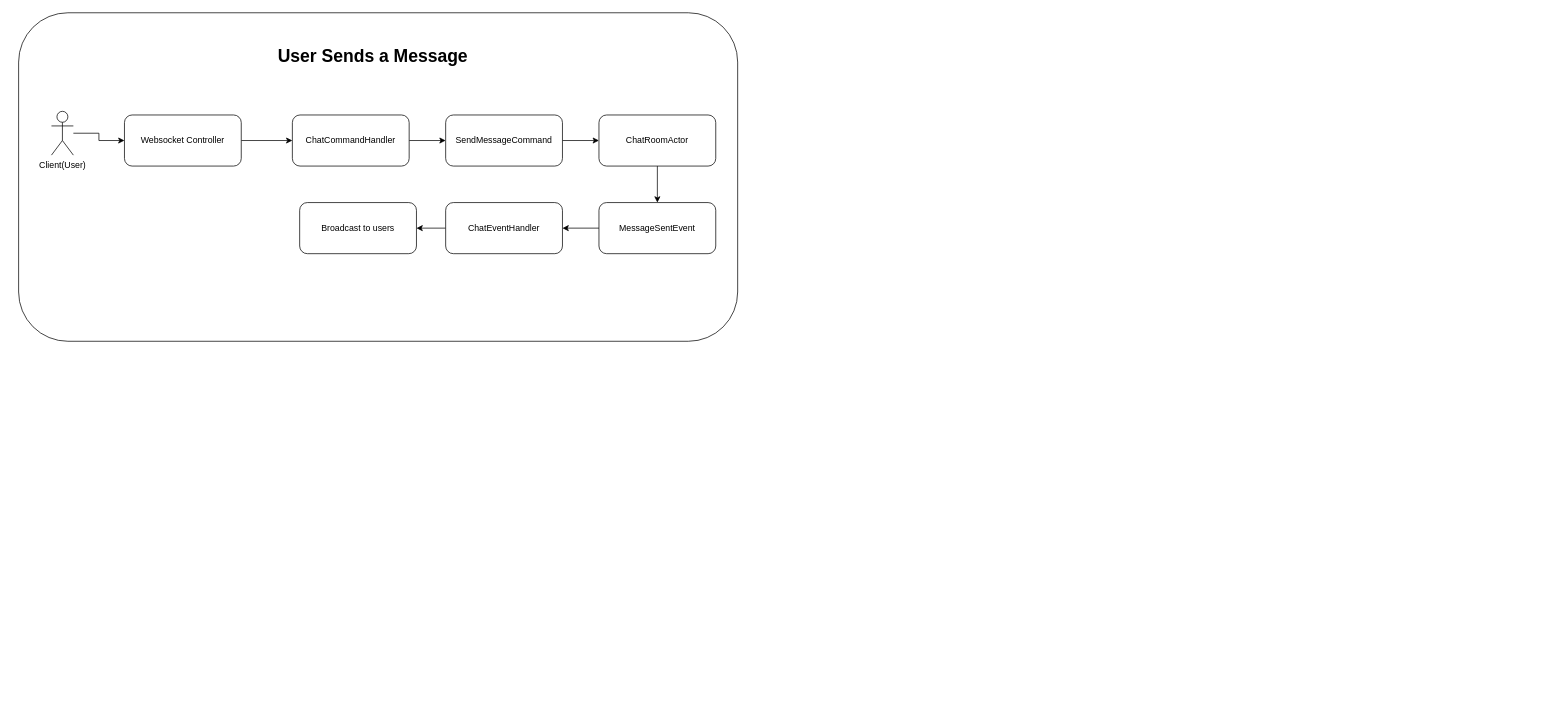
Above: api/Event Flow.drawio in ReidoBoss/Scala-React-Chat-App (draw.io), before the change. Source tidied: cells renumbered, new cells numbered last; positions are measured from the earlier drawing's top-left corner, leaving out a move shared by most shapes. Both pictures are drawn from the tidied source at 73%, with x=0, y=0 at pixel (18, 12).
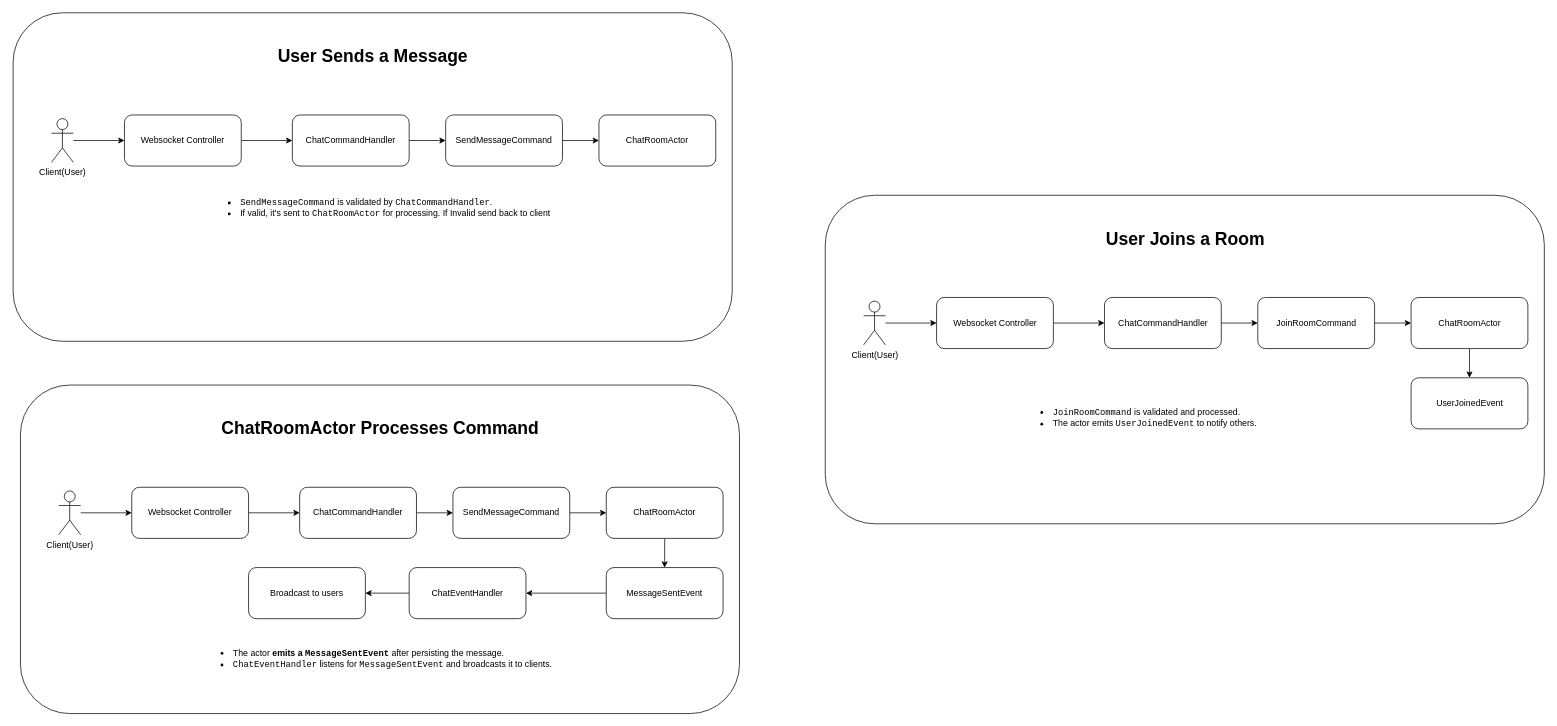
The same diagram, later.

The change refers to these unchanged cells:
```xml
<mxCell id="12" value="ChatRoomActor" style="rounded=1;whiteSpace=wrap;html=1;" parent="1" vertex="1">
  <mxGeometry x="795" y="140" width="160" height="70" as="geometry" />
</mxCell>
```

The edit, as a diff of the source:
```diff
@@
     <mxCell id="2" style="rounded=1;whiteSpace=wrap;html=1;" parent="1" vertex="1">
-      <mxGeometry width="985" height="450" as="geometry" />
+      <mxGeometry x="-7.5" width="985" height="450" as="geometry" />
     </mxCell>
@@
     <mxCell id="4" value="Client(User)" style="shape=umlActor;verticalLabelPosition=bottom;verticalAlign=top;html=1;outlineConnect=0;" parent="1" vertex="1">
-      <mxGeometry x="45" y="135" width="30" height="60" as="geometry" />
+      <mxGeometry x="45" y="145" width="30" height="60" as="geometry" />
     </mxCell>
@@
-    <mxCell id="11" style="edgeStyle=orthogonalEdgeStyle;rounded=0;jettySize=auto;html=1;entryX=0.5;entryY=0;entryDx=0;entryDy=0;" parent="1" edge="1" source="12" target="15">
-      <mxGeometry relative="1" as="geometry" />
-    </mxCell>
@@
+    <mxCell id="19" value="&lt;li&gt;&lt;code&gt;SendMessageCommand&lt;/code&gt; is validated by &lt;code&gt;ChatCommandHandler&lt;/code&gt;.&lt;/li&gt;&lt;li&gt;If valid, it's sent to &lt;code&gt;ChatRoomActor&lt;/code&gt; for processing. If Invalid send back to client&lt;/li&gt;&lt;br&gt;&lt;li&gt;&lt;/li&gt;" style="text;html=1;strokeColor=none;fillColor=none;align=left;verticalAlign=middle;whiteSpace=wrap;overflow=hidden;" parent="1" vertex="1">
+      <mxGeometry x="285" y="250" width="480" height="50" as="geometry" />
+    </mxCell>
+    <mxCell id="20" style="rounded=1;whiteSpace=wrap;html=1;" parent="1" vertex="1">
+      <mxGeometry x="2.5" y="510" width="985" height="450" as="geometry" />
+    </mxCell>
+    <mxCell id="21" style="edgeStyle=orthogonalEdgeStyle;rounded=0;jettySize=auto;html=1;" parent="1" edge="1" source="22" target="24">
+      <mxGeometry relative="1" as="geometry" />
+    </mxCell>
+    <mxCell id="22" value="Client(User)" style="shape=umlActor;verticalLabelPosition=bottom;verticalAlign=top;html=1;outlineConnect=0;" parent="1" vertex="1">
+      <mxGeometry x="55" y="655" width="30" height="60" as="geometry" />
+    </mxCell>
+    <mxCell id="23" style="edgeStyle=orthogonalEdgeStyle;rounded=0;jettySize=auto;html=1;entryX=0;entryY=0.5;entryDx=0;entryDy=0;" parent="1" edge="1" source="24" target="26">
+      <mxGeometry relative="1" as="geometry" />
+    </mxCell>
+    <mxCell id="24" value="Websocket Controller" style="rounded=1;whiteSpace=wrap;html=1;" parent="1" vertex="1">
+      <mxGeometry x="155" y="650" width="160" height="70" as="geometry" />
+    </mxCell>
+    <mxCell id="25" style="edgeStyle=orthogonalEdgeStyle;rounded=0;jettySize=auto;html=1;entryX=0;entryY=0.5;entryDx=0;entryDy=0;" parent="1" edge="1" source="26" target="28">
+      <mxGeometry relative="1" as="geometry" />
+    </mxCell>
+    <mxCell id="26" value="ChatCommandHandler" style="rounded=1;whiteSpace=wrap;html=1;" parent="1" vertex="1">
+      <mxGeometry x="385" y="650" width="160" height="70" as="geometry" />
+    </mxCell>
+    <mxCell id="27" style="edgeStyle=orthogonalEdgeStyle;rounded=0;jettySize=auto;html=1;entryX=0;entryY=0.5;entryDx=0;entryDy=0;" parent="1" edge="1" source="28" target="30">
+      <mxGeometry relative="1" as="geometry" />
+    </mxCell>
+    <mxCell id="28" value="SendMessageCommand" style="rounded=1;whiteSpace=wrap;html=1;" parent="1" vertex="1">
+      <mxGeometry x="595" y="650" width="160" height="70" as="geometry" />
+    </mxCell>
+    <mxCell id="29" style="edgeStyle=orthogonalEdgeStyle;rounded=0;jettySize=auto;html=1;" parent="1" edge="1" source="30" target="15">
+      <mxGeometry relative="1" as="geometry" />
+    </mxCell>
+    <mxCell id="30" value="ChatRoomActor" style="rounded=1;whiteSpace=wrap;html=1;" parent="1" vertex="1">
+      <mxGeometry x="805" y="650" width="160" height="70" as="geometry" />
+    </mxCell>
+    <mxCell id="31" value="ChatRoomActor Processes Command" style="text;strokeColor=none;fillColor=none;html=1;fontSize=24;fontStyle=1;verticalAlign=middle;align=center;" parent="1" vertex="1">
+      <mxGeometry x="445" y="550" width="100" height="40" as="geometry" />
+    </mxCell>
@@
     <mxCell id="15" value="MessageSentEvent" style="rounded=1;whiteSpace=wrap;html=1;" parent="1" vertex="1">
-      <mxGeometry x="795" y="260" width="160" height="70" as="geometry" />
+      <mxGeometry x="805" y="760" width="160" height="70" as="geometry" />
     </mxCell>
@@
     <mxCell id="17" value="ChatEventHandler" style="rounded=1;whiteSpace=wrap;html=1;" parent="1" vertex="1">
-      <mxGeometry x="585" y="260" width="160" height="70" as="geometry" />
+      <mxGeometry x="535" y="760" width="160" height="70" as="geometry" />
     </mxCell>
     <mxCell id="18" value="Broadcast to users" style="rounded=1;whiteSpace=wrap;html=1;" parent="1" vertex="1">
-      <mxGeometry x="385" y="260" width="160" height="70" as="geometry" />
+      <mxGeometry x="315" y="760" width="160" height="70" as="geometry" />
     </mxCell>
+    <mxCell id="32" value="&lt;li&gt;The actor &lt;strong&gt;emits a &lt;code&gt;MessageSentEvent&lt;/code&gt;&lt;/strong&gt; after persisting the message.&lt;/li&gt;&lt;li&gt;&lt;code&gt;ChatEventHandler&lt;/code&gt; listens for &lt;code&gt;MessageSentEvent&lt;/code&gt; and broadcasts it to clients.&lt;br&gt;&lt;/li&gt;" style="text;html=1;strokeColor=none;fillColor=none;align=left;verticalAlign=middle;whiteSpace=wrap;overflow=hidden;" parent="1" vertex="1">
+      <mxGeometry x="275" y="860" width="480" height="50" as="geometry" />
+    </mxCell>
+    <mxCell id="33" style="rounded=1;whiteSpace=wrap;html=1;" parent="1" vertex="1">
+      <mxGeometry x="1105" y="250" width="985" height="450" as="geometry" />
+    </mxCell>
+    <mxCell id="34" style="edgeStyle=orthogonalEdgeStyle;rounded=0;jettySize=auto;html=1;" parent="1" edge="1" source="35" target="37">
+      <mxGeometry relative="1" as="geometry" />
+    </mxCell>
+    <mxCell id="35" value="Client(User)" style="shape=umlActor;verticalLabelPosition=bottom;verticalAlign=top;html=1;outlineConnect=0;" parent="1" vertex="1">
+      <mxGeometry x="1157.5" y="395" width="30" height="60" as="geometry" />
+    </mxCell>
+    <mxCell id="36" style="edgeStyle=orthogonalEdgeStyle;rounded=0;jettySize=auto;html=1;entryX=0;entryY=0.5;entryDx=0;entryDy=0;" parent="1" edge="1" source="37" target="39">
+      <mxGeometry relative="1" as="geometry" />
+    </mxCell>
+    <mxCell id="37" value="Websocket Controller" style="rounded=1;whiteSpace=wrap;html=1;" parent="1" vertex="1">
+      <mxGeometry x="1257.5" y="390" width="160" height="70" as="geometry" />
+    </mxCell>
+    <mxCell id="38" style="edgeStyle=orthogonalEdgeStyle;rounded=0;jettySize=auto;html=1;entryX=0;entryY=0.5;entryDx=0;entryDy=0;" parent="1" edge="1" source="39" target="41">
+      <mxGeometry relative="1" as="geometry" />
+    </mxCell>
+    <mxCell id="39" value="ChatCommandHandler" style="rounded=1;whiteSpace=wrap;html=1;" parent="1" vertex="1">
+      <mxGeometry x="1487.5" y="390" width="160" height="70" as="geometry" />
+    </mxCell>
+    <mxCell id="40" style="edgeStyle=orthogonalEdgeStyle;rounded=0;jettySize=auto;html=1;entryX=0;entryY=0.5;entryDx=0;entryDy=0;" parent="1" edge="1" source="41" target="43">
+      <mxGeometry relative="1" as="geometry" />
+    </mxCell>
+    <mxCell id="41" value="JoinRoomCommand" style="rounded=1;whiteSpace=wrap;html=1;" parent="1" vertex="1">
+      <mxGeometry x="1697.5" y="390" width="160" height="70" as="geometry" />
+    </mxCell>
+    <mxCell id="42" style="edgeStyle=orthogonalEdgeStyle;rounded=0;jettySize=auto;html=1;entryX=0.5;entryY=0;entryDx=0;entryDy=0;" parent="1" edge="1" source="43" target="46">
+      <mxGeometry relative="1" as="geometry" />
+    </mxCell>
+    <mxCell id="43" value="ChatRoomActor" style="rounded=1;whiteSpace=wrap;html=1;" parent="1" vertex="1">
+      <mxGeometry x="1907.5" y="390" width="160" height="70" as="geometry" />
+    </mxCell>
+    <mxCell id="44" value="User Joins a Room" style="text;strokeColor=none;fillColor=none;html=1;fontSize=24;fontStyle=1;verticalAlign=middle;align=center;" parent="1" vertex="1">
+      <mxGeometry x="1547.5" y="290" width="100" height="40" as="geometry" />
+    </mxCell>
+    <mxCell id="45" value="&lt;li&gt;&lt;code&gt;JoinRoomCommand&lt;/code&gt; is validated and processed.&lt;/li&gt;&lt;li&gt;The actor emits &lt;code&gt;UserJoinedEvent&lt;/code&gt; to notify others.&lt;br&gt;&lt;/li&gt;" style="text;html=1;strokeColor=none;fillColor=none;align=left;verticalAlign=middle;whiteSpace=wrap;overflow=hidden;" parent="1" vertex="1">
+      <mxGeometry x="1397.5" y="530" width="480" height="50" as="geometry" />
+    </mxCell>
+    <mxCell id="46" value="UserJoinedEvent" style="rounded=1;whiteSpace=wrap;html=1;" parent="1" vertex="1">
+      <mxGeometry x="1907.5" y="500" width="160" height="70" as="geometry" />
+    </mxCell>
```
